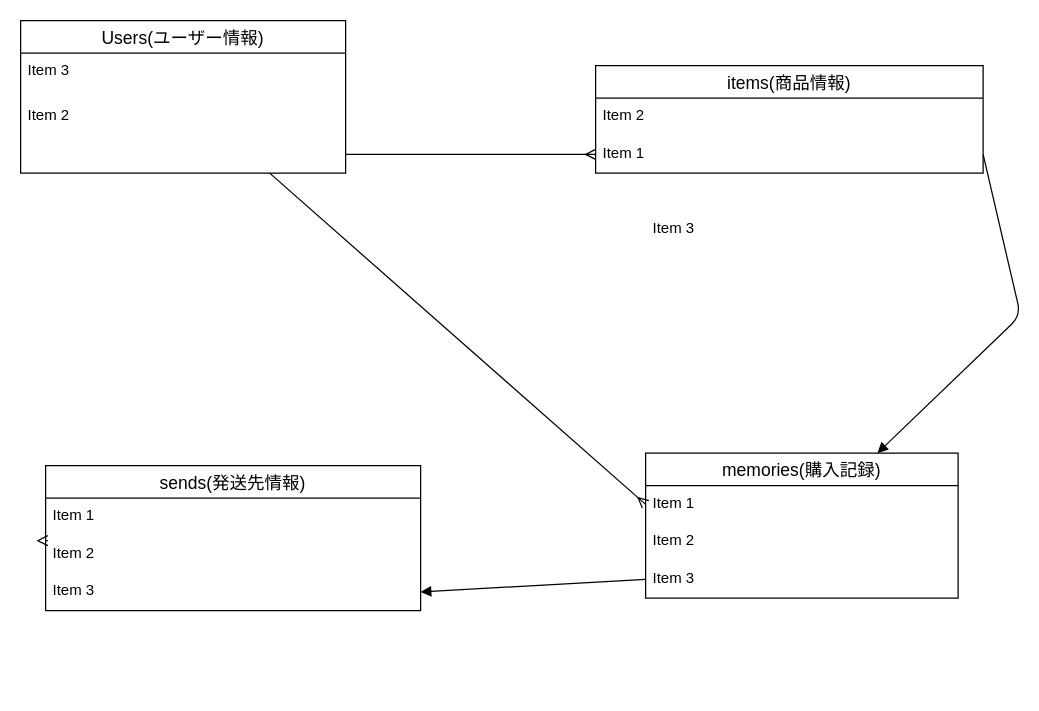
Before: app/views/ER.dio in yyudaii/furima-41117, a draw.io diagram. Source tidied: cells renumbered, new cells numbered last; positions are measured from the earlier drawing's top-left corner, leaving out a move shared by most shapes. Both pictures are drawn from the tidied source at 125%, with x=0, y=0 at pixel (20, 20).
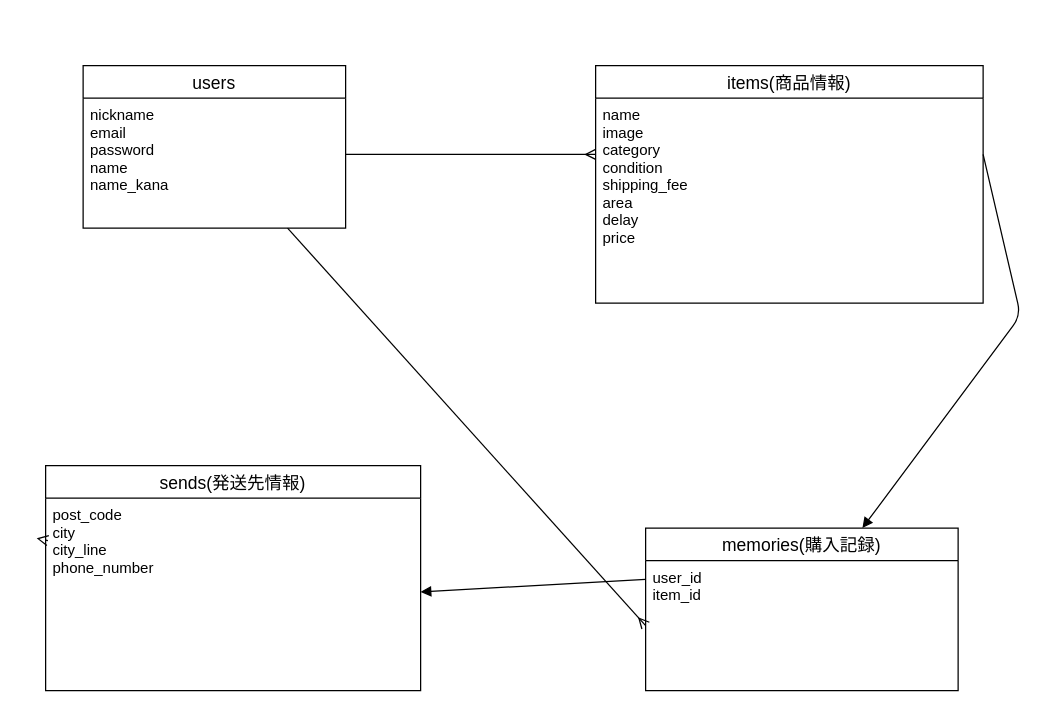
The same page after the edit.

What changed in the source:
```diff
@@
-    <mxCell id="3" value="Users(ユーザー情報)" style="swimlane;fontStyle=0;horizontal=1;startSize=26;align=center;fontSize=14;" parent="1" vertex="1">
-      <mxGeometry width="260" height="122" as="geometry" />
+    <mxCell id="3" value="users" style="swimlane;fontStyle=0;horizontal=1;startSize=26;align=center;fontSize=14;" parent="1" vertex="1">
+      <mxGeometry x="50" y="36" width="210" height="130" as="geometry" />
     </mxCell>
-    <mxCell id="4" value="Item 3" style="text;strokeColor=none;fillColor=none;spacingLeft=4;spacingRight=4;overflow=hidden;fontSize=12;" parent="3" vertex="1">
-      <mxGeometry y="26" width="260" height="36" as="geometry" />
-    </mxCell>
-    <mxCell id="5" value="Item 2" style="text;strokeColor=none;fillColor=none;spacingLeft=4;spacingRight=4;overflow=hidden;fontSize=12;" parent="3" vertex="1">
-      <mxGeometry y="62" width="260" height="60" as="geometry" />
+    <mxCell id="5" value="nickname&#10;email &#10;password&#10;name&#10;name_kana&#10;" style="text;strokeColor=none;fillColor=none;spacingLeft=4;spacingRight=4;overflow=hidden;fontSize=12;" parent="3" vertex="1">
+      <mxGeometry y="26" width="210" height="104" as="geometry" />
     </mxCell>
     <mxCell id="6" value="sends(発送先情報)" style="swimlane;fontStyle=0;horizontal=1;startSize=26;align=center;fontSize=14;direction=east;" parent="1" vertex="1">
-      <mxGeometry x="20" y="356" width="300" height="116" as="geometry" />
+      <mxGeometry x="20" y="356" width="300" height="180" as="geometry" />
     </mxCell>
-    <mxCell id="7" value="Item 1" style="text;strokeColor=none;fillColor=none;spacingLeft=4;spacingRight=4;overflow=hidden;fontSize=12;" parent="6" vertex="1">
-      <mxGeometry y="26" width="300" height="30" as="geometry" />
+    <mxCell id="7" value="post_code&#10;city&#10;city_line&#10;phone_number" style="text;strokeColor=none;fillColor=none;spacingLeft=4;spacingRight=4;overflow=hidden;fontSize=12;" parent="6" vertex="1">
+      <mxGeometry y="26" width="300" height="154" as="geometry" />
     </mxCell>
-    <mxCell id="8" value="Item 2" style="text;strokeColor=none;fillColor=none;spacingLeft=4;spacingRight=4;overflow=hidden;points=[[0,0.5],[1,0.5]];portConstraint=eastwest;fontSize=12;" parent="6" vertex="1">
-      <mxGeometry y="56" width="300" height="30" as="geometry" />
-    </mxCell>
-    <mxCell id="9" value="Item 3" style="text;strokeColor=none;fillColor=none;spacingLeft=4;spacingRight=4;overflow=hidden;points=[[0,0.5],[1,0.5]];portConstraint=eastwest;fontSize=12;" parent="6" vertex="1">
-      <mxGeometry y="86" width="300" height="30" as="geometry" />
-    </mxCell>
-    <mxCell id="10" style="edgeStyle=none;html=1;entryX=0.006;entryY=0.133;entryDx=0;entryDy=0;entryPerimeter=0;endArrow=ERmany;endFill=0;" parent="6" edge="1" source="6" target="8">
-      <mxGeometry relative="1" as="geometry" />
+    <mxCell id="10" style="edgeStyle=none;html=1;entryX=0.006;entryY=0.133;entryDx=0;entryDy=0;entryPerimeter=0;endArrow=ERmany;endFill=0;" parent="6" edge="1" source="6">
+      <mxGeometry relative="1" as="geometry">
+        <mxPoint x="1.8" y="60" as="targetPoint" />
+      </mxGeometry>
     </mxCell>
     <mxCell id="11" value="items(商品情報)" style="swimlane;fontStyle=0;horizontal=1;startSize=26;align=center;fontSize=14;" parent="1" vertex="1">
-      <mxGeometry x="460" y="36" width="310" height="86" as="geometry" />
+      <mxGeometry x="460" y="36" width="310" height="190" as="geometry" />
     </mxCell>
-    <mxCell id="12" value="Item 2" style="text;strokeColor=none;fillColor=none;spacingLeft=4;spacingRight=4;overflow=hidden;fontSize=12;" parent="11" vertex="1">
-      <mxGeometry y="26" width="310" height="30" as="geometry" />
+    <mxCell id="12" value="name&#10;image&#10;category&#10;condition&#10;shipping_fee&#10;area&#10;delay&#10;price" style="text;strokeColor=none;fillColor=none;spacingLeft=4;spacingRight=4;overflow=hidden;fontSize=12;" parent="11" vertex="1">
+      <mxGeometry y="26" width="310" height="164" as="geometry" />
     </mxCell>
-    <mxCell id="13" value="Item 1" style="text;strokeColor=none;fillColor=none;spacingLeft=4;spacingRight=4;overflow=hidden;points=[[0,0.5],[1,0.5]];portConstraint=eastwest;fontSize=12;" parent="11" vertex="1">
-      <mxGeometry y="56" width="310" height="30" as="geometry" />
-    </mxCell>
-    <mxCell id="14" style="edgeStyle=none;html=1;entryX=1;entryY=0.5;entryDx=0;entryDy=0;endArrow=block;endFill=1;" parent="11" edge="1" source="11" target="13">
-      <mxGeometry relative="1" as="geometry" />
+    <mxCell id="14" style="edgeStyle=none;html=1;entryX=1;entryY=0.5;entryDx=0;entryDy=0;endArrow=block;endFill=1;" parent="11" edge="1" source="11">
+      <mxGeometry relative="1" as="geometry">
+        <mxPoint x="310" y="71" as="targetPoint" />
+      </mxGeometry>
     </mxCell>
-    <mxCell id="15" style="edgeStyle=none;html=1;exitX=1;exitY=0.5;exitDx=0;exitDy=0;entryX=0;entryY=0.5;entryDx=0;entryDy=0;endArrow=ERmany;endFill=0;" parent="1" edge="1" target="13">
+    <mxCell id="15" style="edgeStyle=none;html=1;exitX=1;exitY=0.5;exitDx=0;exitDy=0;entryX=0;entryY=0.5;entryDx=0;entryDy=0;endArrow=ERmany;endFill=0;" parent="1" edge="1">
       <mxGeometry relative="1" as="geometry">
         <mxPoint x="260" y="107" as="sourcePoint" />
+        <mxPoint x="460" y="107" as="targetPoint" />
       </mxGeometry>
     </mxCell>
     <mxCell id="16" value="memories(購入記録)" style="swimlane;fontStyle=0;horizontal=1;startSize=26;align=center;fontSize=14;" parent="1" vertex="1">
-      <mxGeometry x="500" y="346" width="250" height="116" as="geometry" />
+      <mxGeometry x="500" y="406" width="250" height="130" as="geometry" />
     </mxCell>
-    <mxCell id="17" value="Item 1" style="text;strokeColor=none;fillColor=none;spacingLeft=4;spacingRight=4;overflow=hidden;points=[[0,0.5],[1,0.5]];portConstraint=eastwest;fontSize=12;" parent="16" vertex="1">
-      <mxGeometry y="26" width="250" height="30" as="geometry" />
+    <mxCell id="17" value="user_id&#10;item_id" style="text;strokeColor=none;fillColor=none;spacingLeft=4;spacingRight=4;overflow=hidden;points=[[0,0.5],[1,0.5]];portConstraint=eastwest;fontSize=12;" parent="16" vertex="1">
+      <mxGeometry y="26" width="250" height="104" as="geometry" />
     </mxCell>
-    <mxCell id="18" value="Item 2" style="text;strokeColor=none;fillColor=none;spacingLeft=4;spacingRight=4;overflow=hidden;fontSize=12;" parent="16" vertex="1">
-      <mxGeometry y="56" width="250" height="30" as="geometry" />
-    </mxCell>
-    <mxCell id="19" value="Item 3" style="text;strokeColor=none;fillColor=none;spacingLeft=4;spacingRight=4;overflow=hidden;points=[[0,0.5],[1,0.5]];portConstraint=eastwest;fontSize=12;" parent="16" vertex="1">
-      <mxGeometry y="86" width="250" height="30" as="geometry" />
-    </mxCell>
-    <mxCell id="20" value="Item 3" style="text;strokeColor=none;fillColor=none;spacingLeft=4;spacingRight=4;overflow=hidden;fontSize=12;" parent="1" vertex="1">
-      <mxGeometry x="500" y="152" width="250" height="30" as="geometry" />
-    </mxCell>
-    <mxCell id="21" style="edgeStyle=none;html=1;exitX=1;exitY=0.5;exitDx=0;exitDy=0;endArrow=block;endFill=1;" parent="1" edge="1" source="13" target="16">
+    <mxCell id="21" style="edgeStyle=none;html=1;exitX=1;exitY=0.5;exitDx=0;exitDy=0;endArrow=block;endFill=1;" parent="1" edge="1" target="16">
       <mxGeometry relative="1" as="geometry">
+        <mxPoint x="770" y="107" as="sourcePoint" />
         <Array as="points">
           <mxPoint x="800" y="236" />
         </Array>
       </mxGeometry>
     </mxCell>
-    <mxCell id="22" style="edgeStyle=none;html=1;exitX=0;exitY=0.5;exitDx=0;exitDy=0;entryX=1;entryY=0.5;entryDx=0;entryDy=0;endArrow=block;endFill=1;" parent="1" edge="1" source="19" target="9">
-      <mxGeometry relative="1" as="geometry" />
+    <mxCell id="22" style="edgeStyle=none;html=1;exitX=0;exitY=0.5;exitDx=0;exitDy=0;entryX=1;entryY=0.5;entryDx=0;entryDy=0;endArrow=block;endFill=1;" parent="1" edge="1">
+      <mxGeometry relative="1" as="geometry">
+        <mxPoint x="500" y="447" as="sourcePoint" />
+        <mxPoint x="320" y="457" as="targetPoint" />
+      </mxGeometry>
     </mxCell>
```
